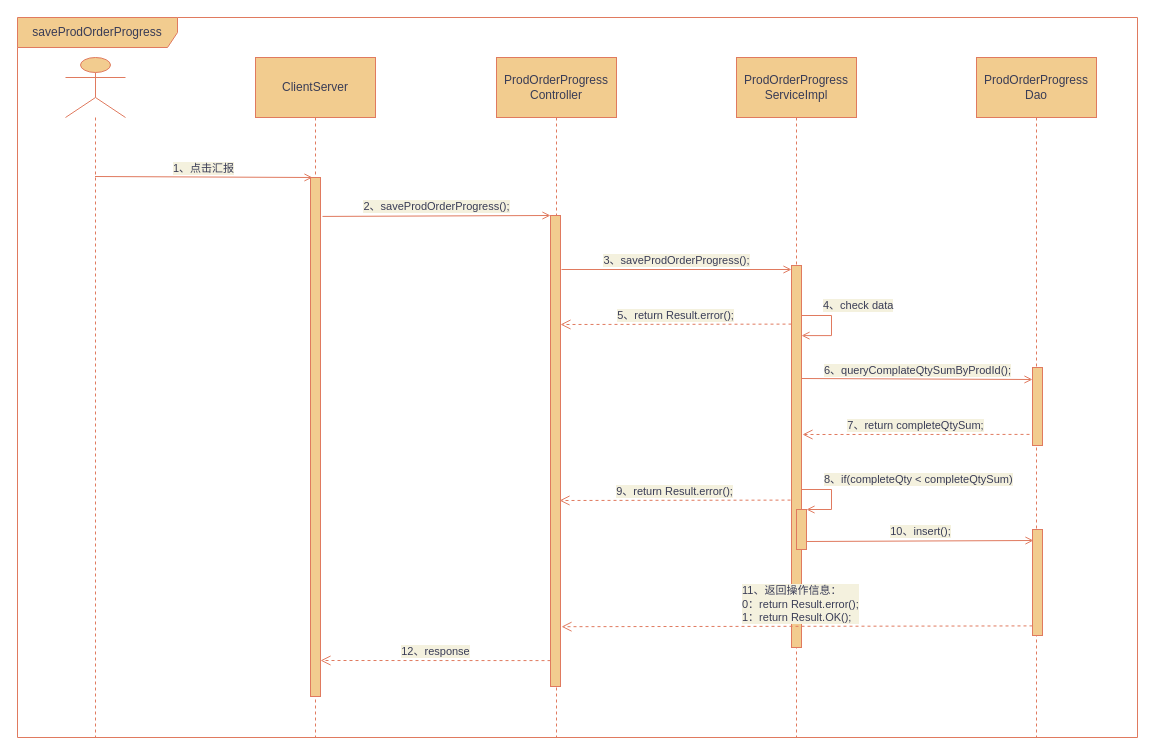
Above: page "工序汇报" (2 of 7) of 时序图.drawio in KNAI-I/test (draw.io), before the change. Source tidied: cells renumbered, new cells numbered last; positions are measured from the earlier drawing's top-left corner, leaving out a move shared by most shapes. Both pictures are drawn from the tidied source at 100%, with x=0, y=0 at pixel (17, 17).
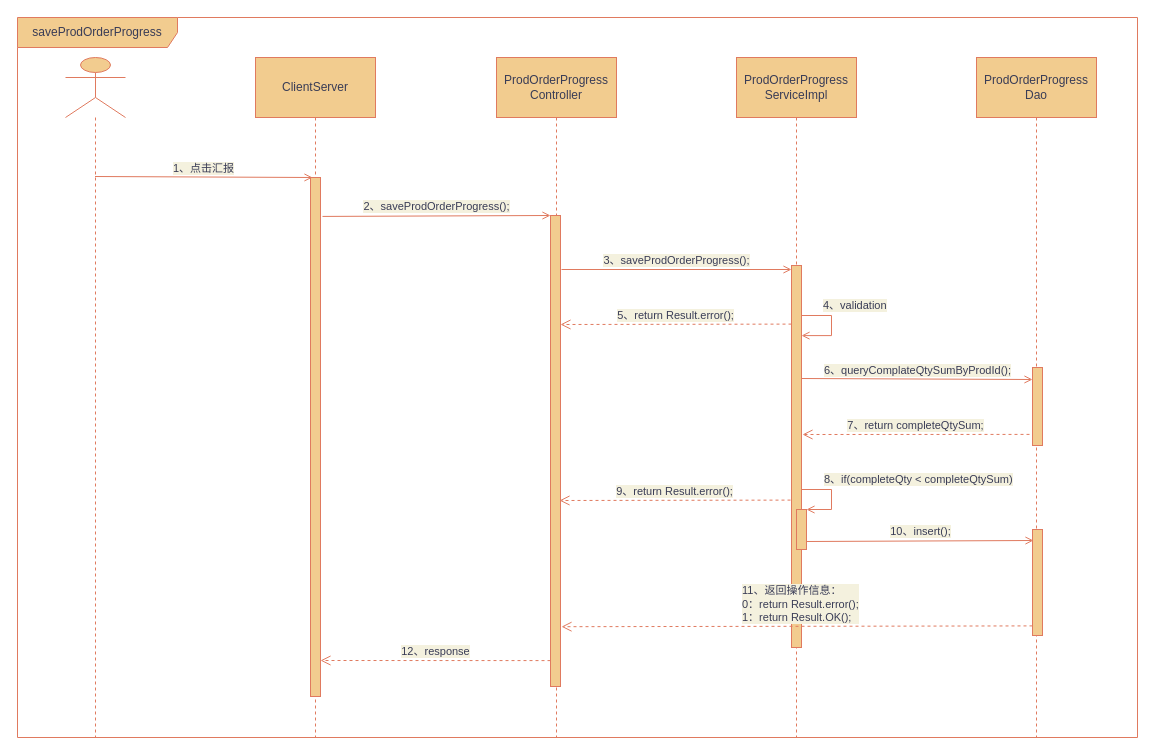
Above is the later version.

The change refers to these unchanged cells:
```xml
<mxCell id="6" value="ProdOrderProgress&lt;br&gt;ServiceImpl" style="shape=umlLifeline;perimeter=lifelinePerimeter;whiteSpace=wrap;html=1;size=60;fillColor=#F2CC8F;strokeColor=#E07A5F;fontColor=#393C56;" parent="1" vertex="1">
  <mxGeometry x="719" y="40" width="120" height="680" as="geometry" />
</mxCell>
```

What changed in the source:
```diff
@@
-    <mxCell id="8" value="4、check data" style="edgeStyle=orthogonalEdgeStyle;html=1;align=left;spacingLeft=2;endArrow=open;rounded=0;entryX=1;entryY=0.129;entryDx=0;entryDy=0;entryPerimeter=0;endFill=0;fillColor=#F2CC8F;strokeColor=#E07A5F;labelBackgroundColor=#F4F1DE;fontColor=#393C56;" parent="6" edge="1">
+    <mxCell id="8" value="4、validation" style="edgeStyle=orthogonalEdgeStyle;html=1;align=left;spacingLeft=2;endArrow=open;rounded=0;entryX=1;entryY=0.129;entryDx=0;entryDy=0;entryPerimeter=0;endFill=0;fillColor=#F2CC8F;strokeColor=#E07A5F;labelBackgroundColor=#F4F1DE;fontColor=#393C56;" parent="6" edge="1">
       <mxGeometry x="-0.55" y="10" relative="1" as="geometry">
         <mxPoint x="65" y="258" as="sourcePoint" />
         <mxPoint x="65" y="278.1" as="targetPoint" />
         <Array as="points">
           <mxPoint x="95" y="258" />
           <mxPoint x="95" y="278" />
         </Array>
       </mxGeometry>
     </mxCell>
```
